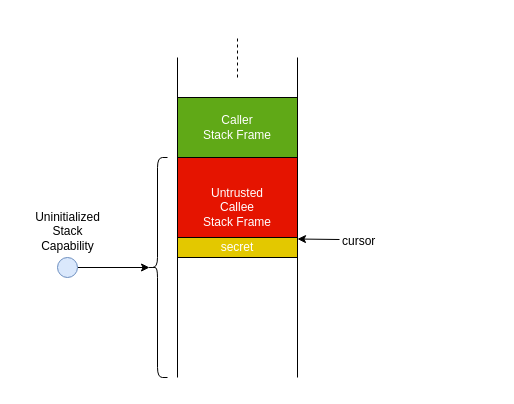
Before: drawio/secret-on-stack-cursor-pre-secret.drawio in capt-hb/thesis, a draw.io diagram. Source tidied: cells renumbered, new cells numbered last; positions are measured from the earlier drawing's top-left corner, leaving out a move shared by most shapes. Both pictures are drawn from the tidied source at 100%, with x=0, y=0 at pixel (27, 37).
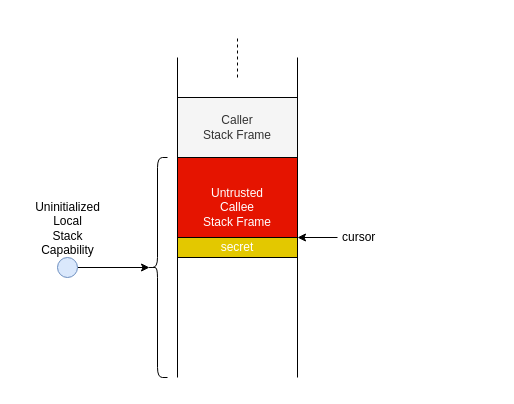
Above is the later version.

What changed in the source:
```diff
@@
 <mxGraphModel>
   <root>
     <mxCell id="0" />
     <mxCell id="1" parent="0" />
     <mxCell id="2" style="endArrow=none;html=1;" parent="1" edge="1">
       <mxGeometry relative="1" as="geometry">
         <mxPoint x="150" y="340" as="sourcePoint" />
         <mxPoint x="150" y="20" as="targetPoint" />
       </mxGeometry>
     </mxCell>
     <mxCell id="3" style="endArrow=none;html=1;" parent="1" edge="1">
       <mxGeometry relative="1" as="geometry">
         <mxPoint x="270" y="340" as="sourcePoint" />
         <mxPoint x="270" y="20" as="targetPoint" />
       </mxGeometry>
     </mxCell>
     <mxCell id="4" style="endArrow=none;dashed=1;html=1;" parent="1" edge="1">
       <mxGeometry relative="1" as="geometry">
         <mxPoint x="210" y="40" as="sourcePoint" />
         <mxPoint x="210" as="targetPoint" />
       </mxGeometry>
     </mxCell>
-    <mxCell id="5" value="Caller&lt;br&gt;Stack Frame" style="rounded=0;whiteSpace=wrap;html=1;strokeColor=#000000;align=center;fillColor=#60a917;fontColor=#ffffff;" parent="1" vertex="1">
+    <mxCell id="5" value="Caller&lt;br&gt;Stack Frame" style="rounded=0;whiteSpace=wrap;html=1;strokeColor=#000000;align=center;fillColor=#f5f5f5;fontColor=#333333;" parent="1" vertex="1">
       <mxGeometry x="150" y="60" width="120" height="60" as="geometry" />
     </mxCell>
     <mxCell id="6" value="Untrusted&lt;br&gt;Callee&lt;br&gt;Stack Frame" style="rounded=0;whiteSpace=wrap;html=1;strokeColor=#000000;align=center;fillColor=#e51400;fontColor=#ffffff;" parent="1" vertex="1">
       <mxGeometry x="150" y="120" width="120" height="100" as="geometry" />
     </mxCell>
     <mxCell id="7" style="edgeStyle=orthogonalEdgeStyle;rounded=0;jettySize=auto;html=1;entryX=0.1;entryY=0.5;entryDx=0;entryDy=0;entryPerimeter=0;" parent="1" edge="1" source="8" target="9">
       <mxGeometry relative="1" as="geometry" />
     </mxCell>
     <mxCell id="8" style="ellipse;whiteSpace=wrap;html=1;strokeColor=#6c8ebf;align=center;fillColor=#dae8fc;" parent="1" vertex="1">
       <mxGeometry x="30" y="220" width="20" height="20" as="geometry" />
     </mxCell>
     <mxCell id="9" style="shape=curlyBracket;whiteSpace=wrap;html=1;rounded=1;strokeColor=#000000;align=center;" parent="1" vertex="1">
       <mxGeometry x="120" y="120" width="20" height="220" as="geometry" />
     </mxCell>
-    <mxCell id="10" value="Uninitialized&lt;br&gt;Stack&lt;br&gt;Capability" style="text;html=1;align=center;verticalAlign=top;spacingTop=-4;" parent="1" vertex="1">
-      <mxGeometry y="170" width="80" height="40" as="geometry" />
+    <mxCell id="10" value="Uninitialized&lt;br&gt;Local&lt;br&gt;Stack&lt;br&gt;Capability" style="text;html=1;align=center;verticalAlign=top;spacingTop=-4;" parent="1" vertex="1">
+      <mxGeometry y="160" width="80" height="60" as="geometry" />
     </mxCell>
     <mxCell id="11" style="endArrow=classic;html=1;entryX=0.983;entryY=-0.074;entryDx=0;entryDy=0;entryPerimeter=0;" parent="1" edge="1">
       <mxGeometry relative="1" as="geometry">
-        <mxPoint x="312" y="202" as="sourcePoint" />
-        <mxPoint x="270" y="201.5" as="targetPoint" />
+        <mxPoint x="310" y="200" as="sourcePoint" />
+        <mxPoint x="270" y="200" as="targetPoint" />
       </mxGeometry>
     </mxCell>
     <mxCell id="12" value="cursor" style="text;html=1;align=left;verticalAlign=top;spacingTop=-4;" parent="1" vertex="1">
-      <mxGeometry x="313" y="194" width="50" height="20" as="geometry" />
+      <mxGeometry x="313" y="190" width="50" height="20" as="geometry" />
     </mxCell>
     <mxCell id="13" value="secret" style="rounded=0;whiteSpace=wrap;html=1;strokeColor=#000000;align=center;fillColor=#e3c800;fontColor=#ffffff;" parent="1" vertex="1">
       <mxGeometry x="150" y="200" width="120" height="20" as="geometry" />
     </mxCell>
+    <mxCell id="14" style="rounded=0;whiteSpace=wrap;html=1;strokeColor=none;fillColor=none;fontSize=12;" parent="1" vertex="1">
+      <mxGeometry x="-10" y="-20" width="480" height="370" as="geometry" />
+    </mxCell>
   </root>
 </mxGraphModel>
```
